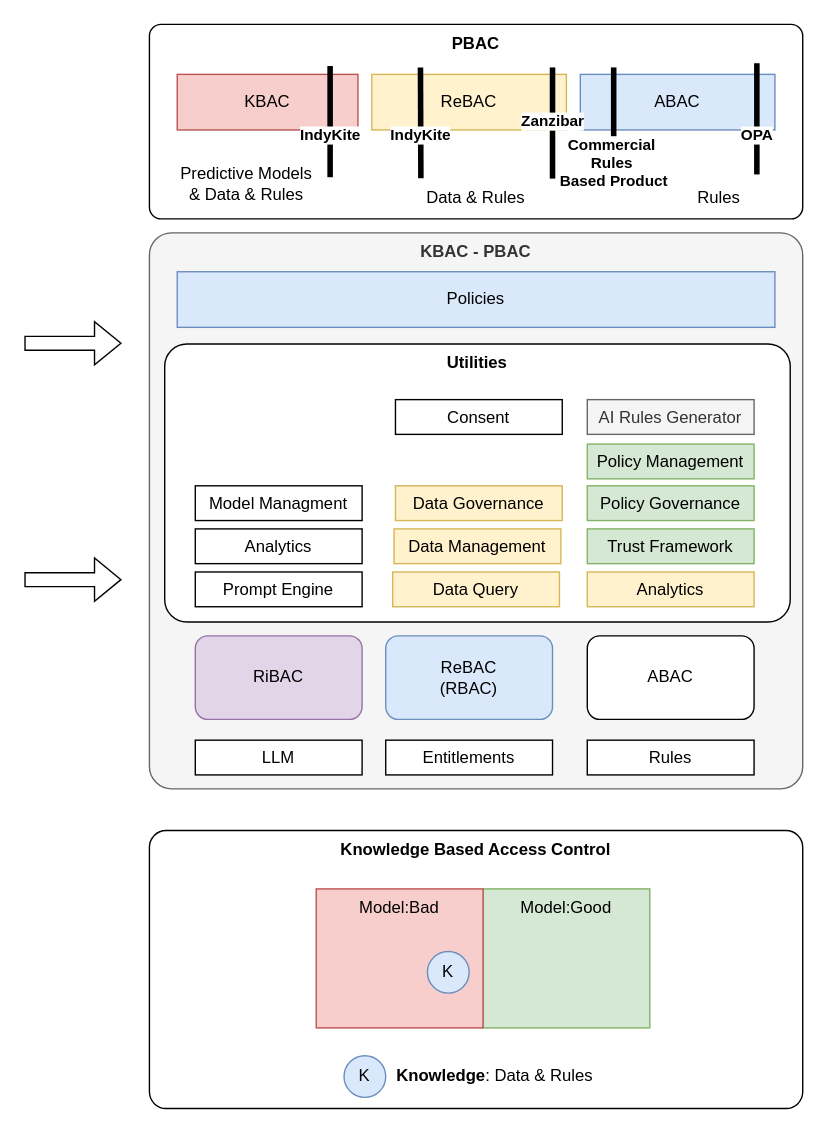
ID-Partners/idp-blueprints-authz keeps this draw.io diagram as page "Conceptual Model" (1 of 2) of IDP-Authorization-PBAC/PBAC.drawio. Above is the earlier version. Source tidied: cells renumbered, new cells numbered last; positions are measured from the earlier drawing's top-left corner, leaving out a move shared by most shapes. Both pictures are drawn from the tidied source at 139%, with x=0, y=0 at pixel (24, 24).
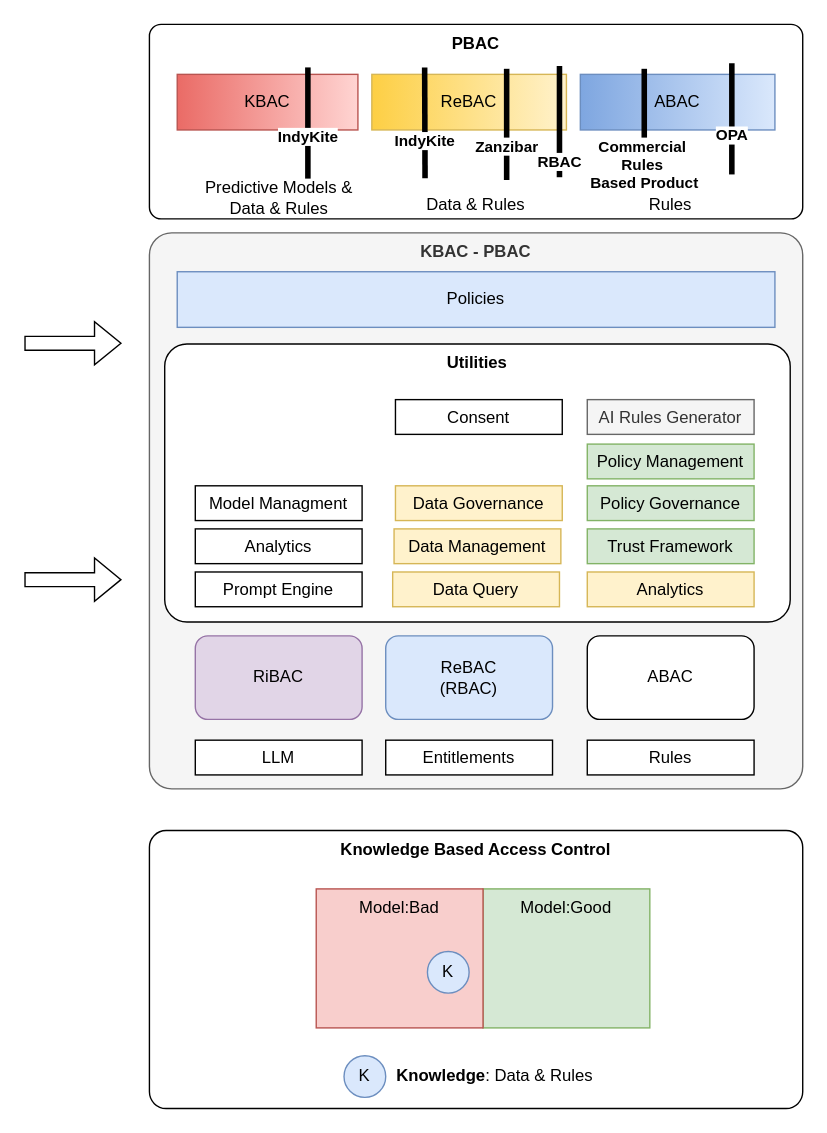
The same page after the edit.

What changed in the source:
```diff
@@
-    <mxCell id="4" value="ReBAC" style="rounded=0;whiteSpace=wrap;html=1;fillColor=#fff2cc;strokeColor=#d6b656;" parent="1" vertex="1">
+    <mxCell id="4" value="ReBAC" style="rounded=0;whiteSpace=wrap;html=1;fillColor=#fff2cc;strokeColor=#d6b656;gradientColor=#fdcf44;gradientDirection=west;" parent="1" vertex="1">
       <mxGeometry x="250" y="36" width="140" height="40" as="geometry" />
     </mxCell>
@@
-    <mxCell id="21" value="KBAC" style="rounded=0;whiteSpace=wrap;html=1;fillColor=#f8cecc;strokeColor=#b85450;align=center;" parent="1" vertex="1">
+    <mxCell id="21" value="KBAC" style="rounded=0;whiteSpace=wrap;html=1;fillColor=#FFD4D2;strokeColor=#b85450;align=center;gradientColor=#ea6b66;gradientDirection=west;" parent="1" vertex="1">
       <mxGeometry x="110" y="36" width="130" height="40" as="geometry" />
     </mxCell>
-    <mxCell id="22" value="ABAC" style="rounded=0;whiteSpace=wrap;html=1;fillColor=#dae8fc;strokeColor=#6c8ebf;" parent="1" vertex="1">
+    <mxCell id="22" value="ABAC" style="rounded=0;whiteSpace=wrap;html=1;fillColor=#dae8fc;strokeColor=#6c8ebf;gradientColor=#7ea6e0;gradientDirection=west;" parent="1" vertex="1">
       <mxGeometry x="400" y="36" width="140" height="40" as="geometry" />
     </mxCell>
     <mxCell id="23" value="IndyKite" style="endArrow=none;html=1;rounded=0;exitX=0.373;exitY=0.956;exitDx=0;exitDy=0;exitPerimeter=0;fontStyle=1;strokeWidth=4;" parent="1" edge="1">
-      <mxGeometry x="-0.23" relative="1" as="geometry">
-        <mxPoint x="285.3" y="110.7" as="sourcePoint" />
-        <mxPoint x="285" y="31" as="targetPoint" />
+      <mxGeometry x="-0.33" relative="1" as="geometry">
+        <mxPoint x="288.3" y="110.7" as="sourcePoint" />
+        <mxPoint x="288" y="31" as="targetPoint" />
       </mxGeometry>
     </mxCell>
@@
     <mxCell id="27" value="Rules" style="text;html=1;align=center;verticalAlign=middle;whiteSpace=wrap;rounded=0;" parent="1" vertex="1">
-      <mxGeometry x="470" y="110" width="60" height="30" as="geometry" />
+      <mxGeometry x="435" y="115" width="60" height="30" as="geometry" />
     </mxCell>
@@
     <mxCell id="30" value="Data &amp;amp; Rules" style="text;html=1;align=center;verticalAlign=middle;whiteSpace=wrap;rounded=0;" parent="1" vertex="1">
-      <mxGeometry x="280" y="110" width="90" height="30" as="geometry" />
+      <mxGeometry x="280" y="115" width="90" height="30" as="geometry" />
     </mxCell>
     <mxCell id="31" value="Predictive Models &amp;amp; Data &amp;amp; Rules" style="text;html=1;align=center;verticalAlign=middle;whiteSpace=wrap;rounded=0;" parent="1" vertex="1">
-      <mxGeometry x="110" y="100" width="100" height="30" as="geometry" />
+      <mxGeometry x="115.5" y="110" width="135" height="30" as="geometry" />
     </mxCell>
     <mxCell id="32" value="IndyKite" style="endArrow=none;html=1;rounded=0;exitX=0.373;exitY=0.956;exitDx=0;exitDy=0;exitPerimeter=0;fontStyle=1;strokeWidth=4;" parent="1" edge="1">
       <mxGeometry x="-0.25" relative="1" as="geometry">
-        <mxPoint x="220" y="110" as="sourcePoint" />
-        <mxPoint x="220" y="30" as="targetPoint" />
+        <mxPoint x="204" y="111" as="sourcePoint" />
+        <mxPoint x="204" y="31" as="targetPoint" />
       </mxGeometry>
     </mxCell>
     <mxCell id="33" value="OPA" style="endArrow=none;html=1;rounded=0;exitX=0.373;exitY=0.956;exitDx=0;exitDy=0;exitPerimeter=0;fontStyle=1;strokeWidth=4;labelBackgroundColor=default;" parent="1" edge="1">
       <mxGeometry x="-0.3" relative="1" as="geometry">
-        <mxPoint x="527" y="108" as="sourcePoint" />
-        <mxPoint x="527" y="28" as="targetPoint" />
+        <mxPoint x="509" y="108" as="sourcePoint" />
+        <mxPoint x="509" y="28" as="targetPoint" />
       </mxGeometry>
     </mxCell>
     <mxCell id="34" value="Zanzibar" style="endArrow=none;html=1;rounded=0;exitX=0.373;exitY=0.956;exitDx=0;exitDy=0;exitPerimeter=0;fontStyle=1;strokeWidth=4;labelBackgroundColor=default;" parent="1" edge="1">
-      <mxGeometry x="0.03" relative="1" as="geometry">
-        <mxPoint x="380" y="111" as="sourcePoint" />
-        <mxPoint x="380" y="31" as="targetPoint" />
+      <mxGeometry x="-0.4" relative="1" as="geometry">
+        <mxPoint x="347" y="112" as="sourcePoint" />
+        <mxPoint x="347" y="32" as="targetPoint" />
       </mxGeometry>
     </mxCell>
     <mxCell id="35" value="Commercial&amp;nbsp;&lt;div&gt;Rules&amp;nbsp;&lt;/div&gt;&lt;div&gt;Based Product&lt;/div&gt;" style="endArrow=none;html=1;rounded=0;exitX=0.373;exitY=0.956;exitDx=0;exitDy=0;exitPerimeter=0;fontStyle=1;strokeWidth=4;labelBackgroundColor=default;" parent="1" edge="1">
       <mxGeometry x="-0.72" relative="1" as="geometry">
-        <mxPoint x="424" y="111" as="sourcePoint" />
-        <mxPoint x="424" y="31" as="targetPoint" />
+        <mxPoint x="446" y="112" as="sourcePoint" />
+        <mxPoint x="446" y="32" as="targetPoint" />
       </mxGeometry>
     </mxCell>
@@
+    <mxCell id="43" value="RBAC" style="endArrow=none;html=1;rounded=0;exitX=0.373;exitY=0.956;exitDx=0;exitDy=0;exitPerimeter=0;fontStyle=1;strokeWidth=4;labelBackgroundColor=default;" parent="1" edge="1">
+      <mxGeometry x="-0.72" relative="1" as="geometry">
+        <mxPoint x="385" y="110" as="sourcePoint" />
+        <mxPoint x="385" y="30" as="targetPoint" />
+      </mxGeometry>
+    </mxCell>
```
